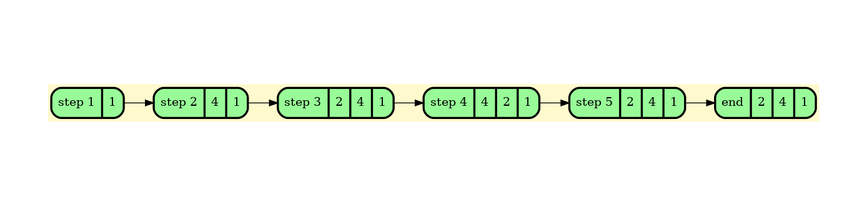
The Graphviz diagram graphDump/dump.png in BulgakovDmitry/LFU_cache, before a commit. Its source is kept beside it as graphDump/dump.gv.
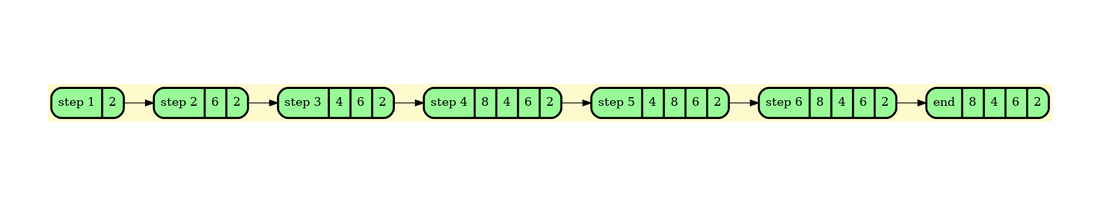
After the change.

The edit, as a diff of the source:
```diff
@@ -4,16 +4,18 @@
     node [style=filled, fontcolor=darkblue,    fillcolor=peachpuff, color="#252A34", penwidth=2.5];
     bgcolor="lemonchiffon";
 
-	node_0 [shape=Mrecord; style=filled; fillcolor=palegreen; color="#000000"; fontcolor="#000000"; label="{ step 1 | 1 }"];
-	node_1 [shape=Mrecord; style=filled; fillcolor=palegreen; color="#000000"; fontcolor="#000000"; label="{ step 2 | 4 | 1 }"];
-	node_2 [shape=Mrecord; style=filled; fillcolor=palegreen; color="#000000"; fontcolor="#000000"; label="{ step 3 | 2 | 4 | 1 }"];
-	node_3 [shape=Mrecord; style=filled; fillcolor=palegreen; color="#000000"; fontcolor="#000000"; label="{ step 4 | 4 | 2 | 1 }"];
-	node_4 [shape=Mrecord; style=filled; fillcolor=palegreen; color="#000000"; fontcolor="#000000"; label="{ step 5 | 2 | 4 | 1 }"];
-	node_5 [shape=Mrecord; style=filled; fillcolor=palegreen; color="#000000"; fontcolor="#000000"; label="{ end | 2 | 4 | 1 }"];
+	node_0 [shape=Mrecord; style=filled; fillcolor=palegreen; color="#000000"; fontcolor="#000000"; label="{ step 1 | 2 }"];
+	node_1 [shape=Mrecord; style=filled; fillcolor=palegreen; color="#000000"; fontcolor="#000000"; label="{ step 2 | 6 | 2 }"];
+	node_2 [shape=Mrecord; style=filled; fillcolor=palegreen; color="#000000"; fontcolor="#000000"; label="{ step 3 | 4 | 6 | 2 }"];
+	node_3 [shape=Mrecord; style=filled; fillcolor=palegreen; color="#000000"; fontcolor="#000000"; label="{ step 4 | 8 | 4 | 6 | 2 }"];
+	node_4 [shape=Mrecord; style=filled; fillcolor=palegreen; color="#000000"; fontcolor="#000000"; label="{ step 5 | 4 | 8 | 6 | 2 }"];
+	node_5 [shape=Mrecord; style=filled; fillcolor=palegreen; color="#000000"; fontcolor="#000000"; label="{ step 6 | 8 | 4 | 6 | 2 }"];
+	node_6 [shape=Mrecord; style=filled; fillcolor=palegreen; color="#000000"; fontcolor="#000000"; label="{ end | 8 | 4 | 6 | 2 }"];
 
 	node_0 -> node_1
 	node_1 -> node_2
 	node_2 -> node_3
 	node_3 -> node_4
 	node_4 -> node_5
+	node_5 -> node_6
 }
```
